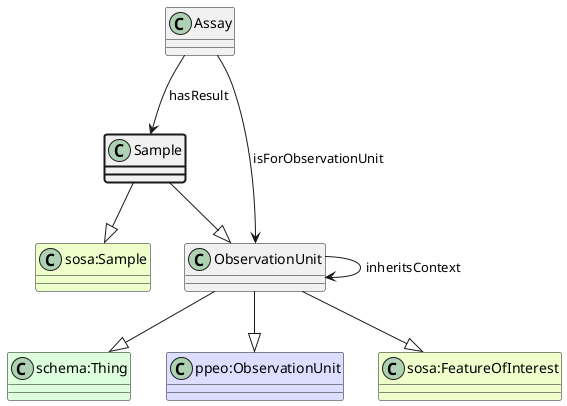
aus-plant-phenomics-network/appn-schema keeps this PlantUML diagram as ttl_uml/ttl_appn_Sample.png. Above is the earlier version.
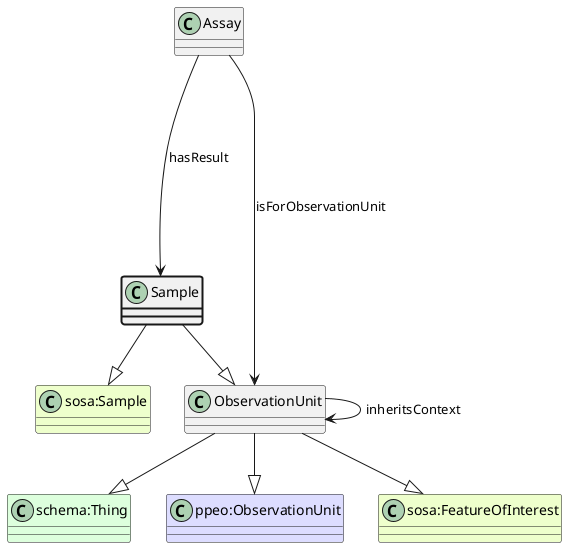
After the commit.

Diff of the diagram source:
```diff
@@ -10,10 +10,10 @@
 class "sosa:FeatureOfInterest" #EEFFCC
 ObservationUnit --|> "sosa:FeatureOfInterest"
 class Assay
-Assay --> ObservationUnit : isForObservationUnit
+Assay ----> ObservationUnit : isForObservationUnit
 class ObservationUnit
-ObservationUnit --> ObservationUnit : inheritsContext
+ObservationUnit ----> ObservationUnit : inheritsContext
 Sample --|> ObservationUnit
 class Assay
-Assay --> Sample : hasResult
+Assay ----> Sample : hasResult
 @enduml
```
